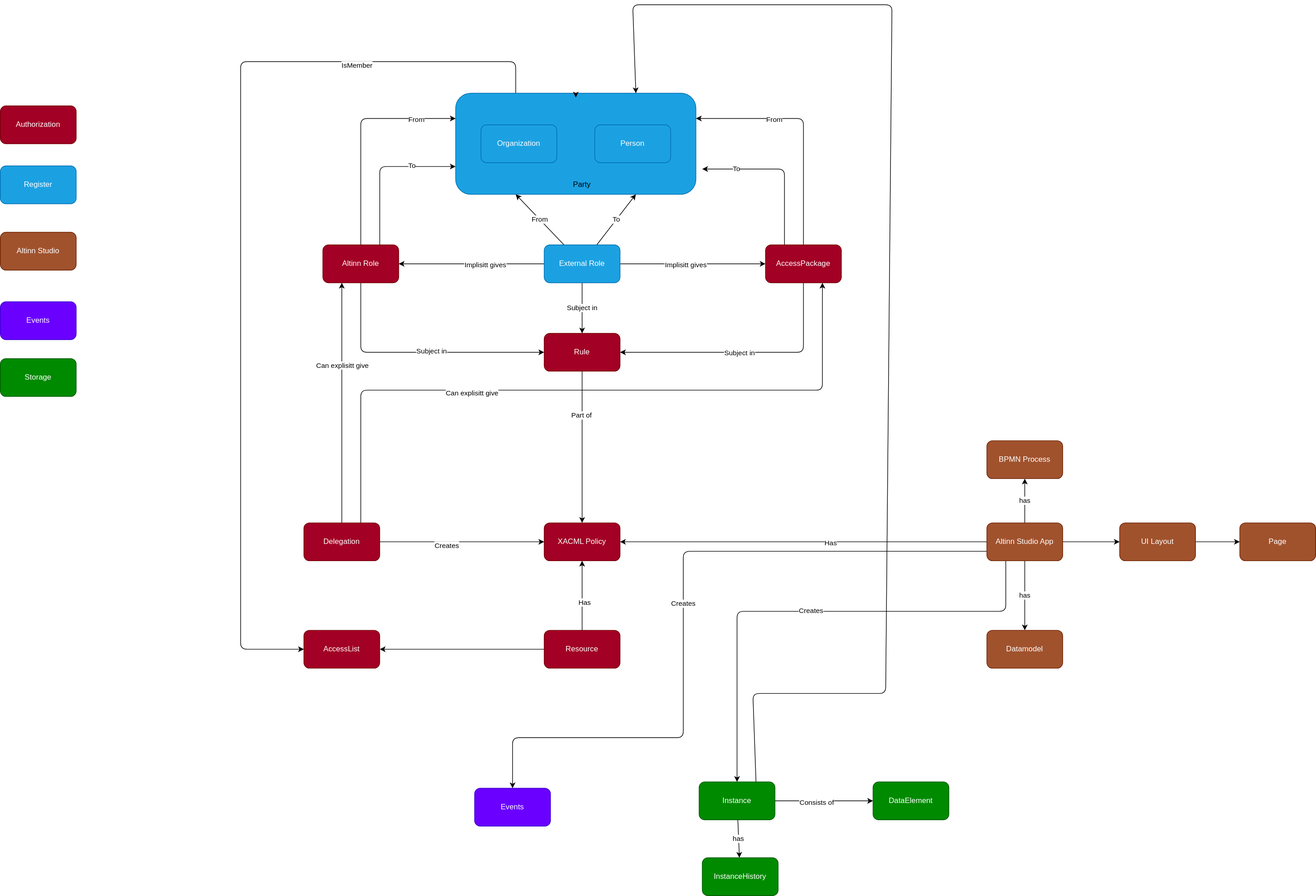
Altinn/altinn-studio-docs keeps this draw.io diagram as content/technology/architecture/informationmodel/informationmodel.drawio.svg. Above is the earlier version. Source tidied: cells renumbered, new cells last; positions are measured from the earlier drawing's top-left corner, leaving out a move shared by most shapes.
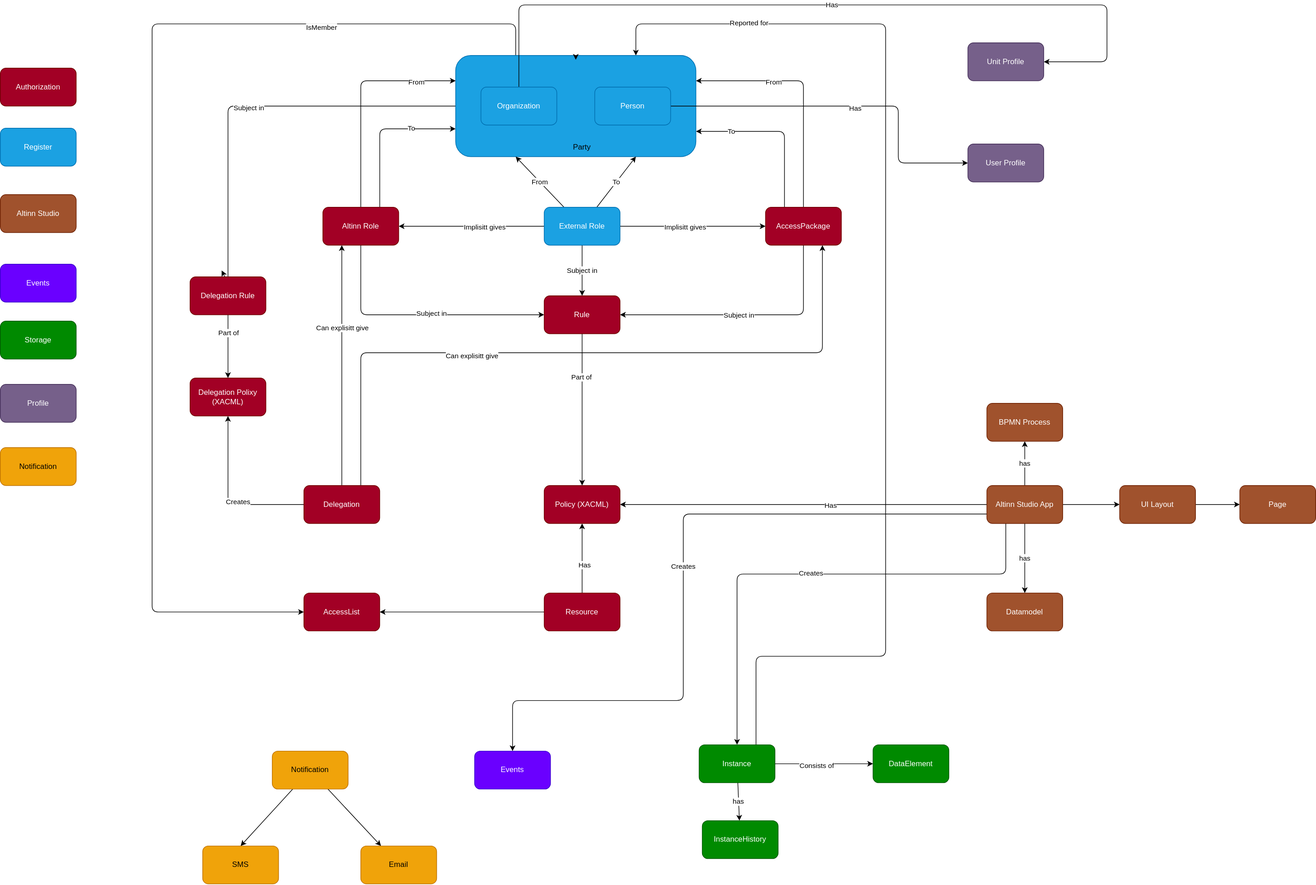
The same file after the commit.

Change to the diagram source:
```diff
@@ -6,20 +6,53 @@
       <mxGeometry relative="1" as="geometry">
         <Array as="points">
           <mxPoint x="815" y="90" />
-          <mxPoint x="380" y="90" />
-          <mxPoint x="380" y="1020" />
+          <mxPoint x="240" y="90" />
+          <mxPoint x="240" y="1020" />
         </Array>
       </mxGeometry>
     </mxCell>
     <mxCell id="3" value="IsMember" style="edgeLabel;html=1;align=center;verticalAlign=middle;" parent="2" vertex="1">
       <mxGeometry x="-0.6" y="5" relative="1" as="geometry" />
     </mxCell>
+    <mxCell id="74" style="edgeStyle=none;html=1;" parent="1" edge="1" source="4">
+      <mxGeometry relative="1" as="geometry">
+        <mxPoint x="350" y="480" as="targetPoint" />
+        <Array as="points">
+          <mxPoint x="360" y="220" />
+          <mxPoint x="360" y="500" />
+        </Array>
+      </mxGeometry>
+    </mxCell>
+    <mxCell id="75" value="Subject in" style="edgeLabel;html=1;align=center;verticalAlign=middle;" parent="74" vertex="1">
+      <mxGeometry x="-0.01" y="2" relative="1" as="geometry" />
+    </mxCell>
     <mxCell id="4" style="rounded=1;whiteSpace=wrap;html=1;fillColor=#1ba1e2;strokeColor=#006EAF;fontColor=#ffffff;" parent="1" vertex="1">
       <mxGeometry x="720" y="140" width="380" height="160" as="geometry" />
     </mxCell>
+    <mxCell id="76" value="Has" style="edgeStyle=none;html=1;entryX=1;entryY=0.5;entryDx=0;entryDy=0;" parent="1" edge="1" source="5" target="89">
+      <mxGeometry relative="1" as="geometry">
+        <Array as="points">
+          <mxPoint x="820" y="60" />
+          <mxPoint x="1750" y="60" />
+          <mxPoint x="1750" y="150" />
+          <mxPoint x="1660" y="150" />
+        </Array>
+      </mxGeometry>
+    </mxCell>
     <mxCell id="5" value="Organization" style="rounded=1;whiteSpace=wrap;html=1;fillColor=#1ba1e2;strokeColor=#006EAF;fontColor=#ffffff;" parent="1" vertex="1">
       <mxGeometry x="760" y="190" width="120" height="60" as="geometry" />
     </mxCell>
+    <mxCell id="77" style="edgeStyle=none;html=1;entryX=0;entryY=0.5;entryDx=0;entryDy=0;" parent="1" edge="1" source="6" target="90">
+      <mxGeometry relative="1" as="geometry">
+        <Array as="points">
+          <mxPoint x="1420" y="220" />
+          <mxPoint x="1420" y="310" />
+        </Array>
+      </mxGeometry>
+    </mxCell>
+    <mxCell id="78" value="Has" style="edgeLabel;html=1;align=center;verticalAlign=middle;" parent="77" vertex="1">
+      <mxGeometry x="0.04" y="-3" relative="1" as="geometry" />
+    </mxCell>
     <mxCell id="6" value="Person" style="rounded=1;whiteSpace=wrap;html=1;fillColor=#1ba1e2;strokeColor=#006EAF;fontColor=#ffffff;" parent="1" vertex="1">
       <mxGeometry x="940" y="190" width="120" height="60" as="geometry" />
     </mxCell>
@@ -73,7 +106,7 @@
     <mxCell id="19" value="Resource" style="rounded=1;whiteSpace=wrap;html=1;fillColor=#a20025;fontColor=#ffffff;strokeColor=#6F0000;" parent="1" vertex="1">
       <mxGeometry x="860" y="990" width="120" height="60" as="geometry" />
     </mxCell>
-    <mxCell id="20" value="XACML Policy" style="rounded=1;whiteSpace=wrap;html=1;fillColor=#a20025;fontColor=#ffffff;strokeColor=#6F0000;" parent="1" vertex="1">
+    <mxCell id="20" value="Policy (XACML)" style="rounded=1;whiteSpace=wrap;html=1;fillColor=#a20025;fontColor=#ffffff;strokeColor=#6F0000;" parent="1" vertex="1">
       <mxGeometry x="860" y="820" width="120" height="60" as="geometry" />
     </mxCell>
     <mxCell id="21" style="edgeStyle=none;html=1;" parent="1" edge="1" source="23" target="20">
@@ -118,8 +151,12 @@
     <mxCell id="30" value="Altinn Role" style="rounded=1;whiteSpace=wrap;html=1;fillColor=#a20025;fontColor=#ffffff;strokeColor=#6F0000;" parent="1" vertex="1">
       <mxGeometry x="510" y="380" width="120" height="60" as="geometry" />
     </mxCell>
-    <mxCell id="31" style="edgeStyle=none;html=1;entryX=0;entryY=0.5;entryDx=0;entryDy=0;" parent="1" edge="1" source="37" target="20">
-      <mxGeometry relative="1" as="geometry" />
+    <mxCell id="31" style="edgeStyle=none;html=1;entryX=0.5;entryY=1;entryDx=0;entryDy=0;" parent="1" edge="1" source="37" target="80">
+      <mxGeometry relative="1" as="geometry">
+        <Array as="points">
+          <mxPoint x="360" y="850" />
+        </Array>
+      </mxGeometry>
     </mxCell>
     <mxCell id="32" value="Creates" style="edgeLabel;html=1;align=center;verticalAlign=middle;" parent="31" vertex="1">
       <mxGeometry x="-0.19" y="-5" relative="1" as="geometry" />
@@ -156,9 +193,8 @@
     <mxCell id="39" value="From" style="edgeLabel;html=1;align=center;verticalAlign=middle;" parent="38" vertex="1">
       <mxGeometry x="0.34" y="1" relative="1" as="geometry" />
     </mxCell>
-    <mxCell id="40" style="edgeStyle=none;html=1;exitX=0.25;exitY=0;exitDx=0;exitDy=0;" parent="1" edge="1" source="44">
+    <mxCell id="40" style="edgeStyle=none;html=1;exitX=0.25;exitY=0;exitDx=0;exitDy=0;entryX=1;entryY=0.75;entryDx=0;entryDy=0;" parent="1" edge="1" source="44" target="4">
       <mxGeometry relative="1" as="geometry">
-        <mxPoint x="1110" y="260" as="targetPoint" />
         <Array as="points">
           <mxPoint x="1240" y="260" />
         </Array>
@@ -236,13 +272,16 @@
     <mxCell id="62" style="edgeStyle=none;html=1;entryX=0.75;entryY=0;entryDx=0;entryDy=0;exitX=0.75;exitY=0;exitDx=0;exitDy=0;" parent="1" edge="1" source="64" target="4">
       <mxGeometry relative="1" as="geometry">
         <Array as="points">
-          <mxPoint x="1190" y="1090" />
+          <mxPoint x="1195" y="1090" />
           <mxPoint x="1400" y="1090" />
-          <mxPoint x="1410" />
-          <mxPoint x="1000" />
+          <mxPoint x="1400" y="90" />
+          <mxPoint x="1005" y="90" />
         </Array>
       </mxGeometry>
     </mxCell>
+    <mxCell id="79" value="Reported for" style="edgeLabel;html=1;align=center;verticalAlign=middle;" parent="62" vertex="1">
+      <mxGeometry x="0.74" y="-2" relative="1" as="geometry" />
+    </mxCell>
     <mxCell id="63" value="has" style="edgeStyle=none;html=1;" parent="1" edge="1" source="64" target="66">
       <mxGeometry relative="1" as="geometry" />
     </mxCell>
@@ -276,5 +315,44 @@
     <mxCell id="73" value="Storage" style="rounded=1;whiteSpace=wrap;html=1;fillColor=#008a00;fontColor=#ffffff;strokeColor=#005700;" parent="1" vertex="1">
       <mxGeometry y="560" width="120" height="60" as="geometry" />
     </mxCell>
+    <mxCell id="80" value="Delegation Polixy (XACML)" style="rounded=1;whiteSpace=wrap;html=1;fillColor=#a20025;fontColor=#ffffff;strokeColor=#6F0000;" parent="1" vertex="1">
+      <mxGeometry x="300" y="650" width="120" height="60" as="geometry" />
+    </mxCell>
+    <mxCell id="81" style="edgeStyle=none;html=1;" parent="1" edge="1" source="83" target="80">
+      <mxGeometry relative="1" as="geometry" />
+    </mxCell>
+    <mxCell id="82" value="Part of" style="edgeLabel;html=1;align=center;verticalAlign=middle;" parent="81" vertex="1">
+      <mxGeometry x="-0.42" relative="1" as="geometry" />
+    </mxCell>
+    <mxCell id="83" value="Delegation Rule" style="rounded=1;whiteSpace=wrap;html=1;fillColor=#a20025;fontColor=#ffffff;strokeColor=#6F0000;" parent="1" vertex="1">
+      <mxGeometry x="300" y="490" width="120" height="60" as="geometry" />
+    </mxCell>
+    <mxCell id="84" style="edgeStyle=none;html=1;" parent="1" edge="1" source="86" target="88">
+      <mxGeometry relative="1" as="geometry" />
+    </mxCell>
+    <mxCell id="85" style="edgeStyle=none;html=1;entryX=0.5;entryY=0;entryDx=0;entryDy=0;" parent="1" edge="1" source="86" target="87">
+      <mxGeometry relative="1" as="geometry" />
+    </mxCell>
+    <mxCell id="86" value="Notification" style="rounded=1;whiteSpace=wrap;html=1;fillColor=#f0a30a;fontColor=#000000;strokeColor=#BD7000;" parent="1" vertex="1">
+      <mxGeometry x="430" y="1240" width="120" height="60" as="geometry" />
+    </mxCell>
+    <mxCell id="87" value="SMS" style="rounded=1;whiteSpace=wrap;html=1;fillColor=#f0a30a;fontColor=#000000;strokeColor=#BD7000;" parent="1" vertex="1">
+      <mxGeometry x="320" y="1390" width="120" height="60" as="geometry" />
+    </mxCell>
+    <mxCell id="88" value="Email" style="rounded=1;whiteSpace=wrap;html=1;fillColor=#f0a30a;fontColor=#000000;strokeColor=#BD7000;" parent="1" vertex="1">
+      <mxGeometry x="570" y="1390" width="120" height="60" as="geometry" />
+    </mxCell>
+    <mxCell id="89" value="Unit Profile" style="rounded=1;whiteSpace=wrap;html=1;fillColor=#76608a;fontColor=#ffffff;strokeColor=#432D57;" parent="1" vertex="1">
+      <mxGeometry x="1530" y="120" width="120" height="60" as="geometry" />
+    </mxCell>
+    <mxCell id="90" value="User Profile" style="rounded=1;whiteSpace=wrap;html=1;fillColor=#76608a;fontColor=#ffffff;strokeColor=#432D57;" parent="1" vertex="1">
+      <mxGeometry x="1530" y="280" width="120" height="60" as="geometry" />
+    </mxCell>
+    <mxCell id="91" value="Profile" style="rounded=1;whiteSpace=wrap;html=1;fillColor=#76608a;fontColor=#ffffff;strokeColor=#432D57;" parent="1" vertex="1">
+      <mxGeometry y="660" width="120" height="60" as="geometry" />
+    </mxCell>
+    <mxCell id="92" value="Notification" style="rounded=1;whiteSpace=wrap;html=1;fillColor=#f0a30a;fontColor=#000000;strokeColor=#BD7000;" parent="1" vertex="1">
+      <mxGeometry y="760" width="120" height="60" as="geometry" />
+    </mxCell>
   </root>
 </mxGraphModel>
```
